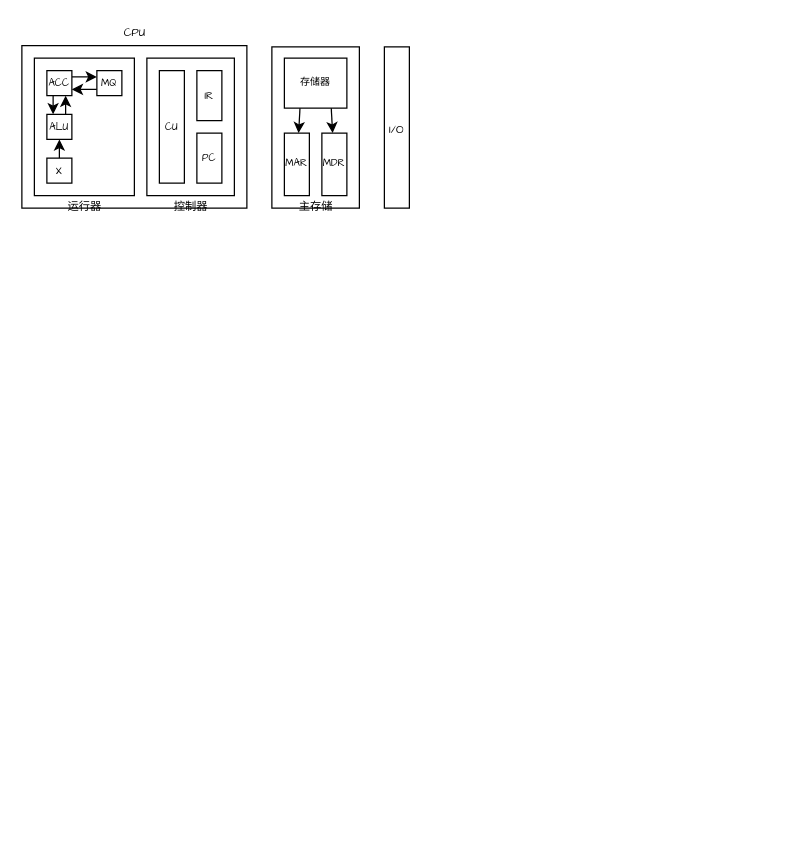
Above: ComNote/计组绘图.drawio in xiaogithubooo/LimouLearnNote (draw.io), before the change. Source tidied: cells renumbered, new cells numbered last; positions are measured from the earlier drawing's top-left corner, leaving out a move shared by most shapes. Both pictures are drawn from the tidied source at 125%, with x=0, y=0 at pixel (21, 21).
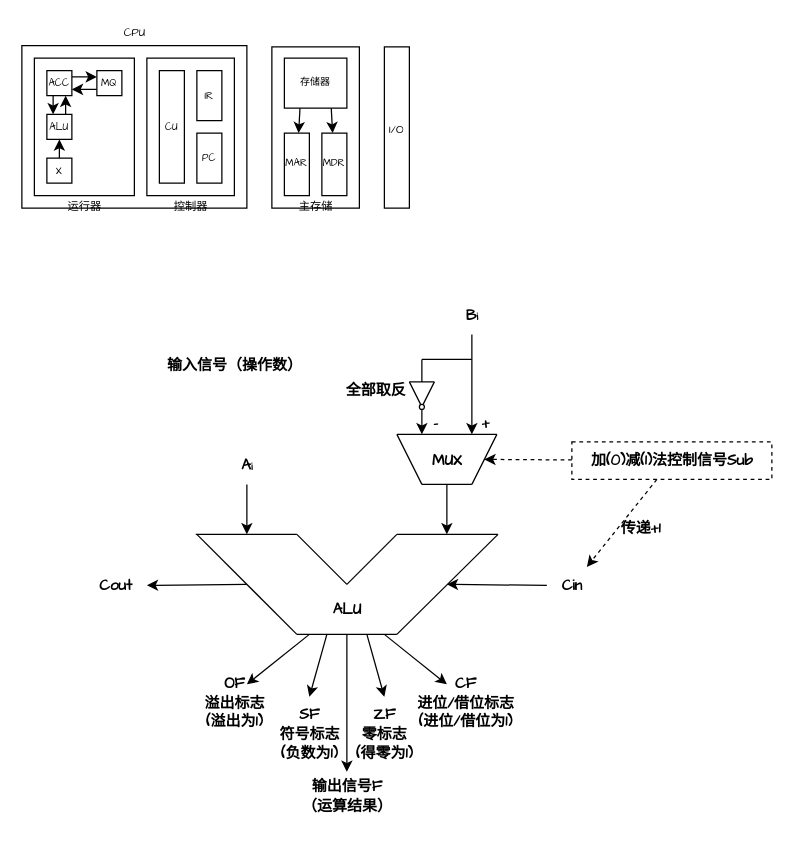
After the change.

The edit, as a diff of the source:
```diff
@@
+    <mxCell id="28" style="endArrow=none;html=1;" parent="1" edge="1">
+      <mxGeometry relative="1" as="geometry">
+        <mxPoint x="139.1" y="410" as="sourcePoint" />
+        <mxPoint x="220" y="410" as="targetPoint" />
+      </mxGeometry>
+    </mxCell>
+    <mxCell id="29" style="endArrow=none;html=1;" parent="1" edge="1">
+      <mxGeometry relative="1" as="geometry">
+        <mxPoint x="300" y="410" as="sourcePoint" />
+        <mxPoint x="380.9" y="410" as="targetPoint" />
+      </mxGeometry>
+    </mxCell>
+    <mxCell id="30" style="endArrow=none;html=1;" parent="1" edge="1">
+      <mxGeometry relative="1" as="geometry">
+        <mxPoint x="260" y="450" as="sourcePoint" />
+        <mxPoint x="220" y="410" as="targetPoint" />
+      </mxGeometry>
+    </mxCell>
+    <mxCell id="31" style="endArrow=none;html=1;" parent="1" edge="1">
+      <mxGeometry relative="1" as="geometry">
+        <mxPoint x="260" y="450" as="sourcePoint" />
+        <mxPoint x="300" y="410" as="targetPoint" />
+      </mxGeometry>
+    </mxCell>
+    <mxCell id="32" style="endArrow=none;html=1;" parent="1" edge="1">
+      <mxGeometry relative="1" as="geometry">
+        <mxPoint x="300" y="490" as="sourcePoint" />
+        <mxPoint x="380.9" y="410" as="targetPoint" />
+      </mxGeometry>
+    </mxCell>
+    <mxCell id="33" style="endArrow=none;html=1;" parent="1" edge="1">
+      <mxGeometry relative="1" as="geometry">
+        <mxPoint x="300" y="490" as="sourcePoint" />
+        <mxPoint x="220" y="490" as="targetPoint" />
+      </mxGeometry>
+    </mxCell>
+    <mxCell id="34" style="endArrow=none;html=1;" parent="1" edge="1">
+      <mxGeometry relative="1" as="geometry">
+        <mxPoint x="140" y="410" as="sourcePoint" />
+        <mxPoint x="220" y="490" as="targetPoint" />
+      </mxGeometry>
+    </mxCell>
+    <mxCell id="35" value="&lt;b&gt;&lt;font face=&quot;Comic Sans MS&quot;&gt;ALU&lt;/font&gt;&lt;/b&gt;" style="text;html=1;align=center;verticalAlign=middle;strokeColor=none;fillColor=none;" parent="1" vertex="1">
+      <mxGeometry x="235" y="455" width="50" height="30" as="geometry" />
+    </mxCell>
+    <mxCell id="36" style="endArrow=classic;html=1;fontFamily=Comic Sans MS;fontSize=12;strokeWidth=1;" parent="1" edge="1">
+      <mxGeometry relative="1" as="geometry">
+        <mxPoint x="340" y="370" as="sourcePoint" />
+        <mxPoint x="340" y="410" as="targetPoint" />
+      </mxGeometry>
+    </mxCell>
+    <mxCell id="37" style="endArrow=classic;html=1;fontFamily=Comic Sans MS;fontSize=12;strokeWidth=1;" parent="1" edge="1">
+      <mxGeometry relative="1" as="geometry">
+        <mxPoint x="180" y="370" as="sourcePoint" />
+        <mxPoint x="180" y="410" as="targetPoint" />
+      </mxGeometry>
+    </mxCell>
+    <mxCell id="38" value="&lt;font face=&quot;Comic Sans MS&quot;&gt;&lt;b&gt;B&lt;font style=&quot;font-size: 8px;&quot;&gt;i&lt;/font&gt;&lt;/b&gt;&lt;/font&gt;" style="text;html=1;align=center;verticalAlign=middle;strokeColor=none;fillColor=none;" parent="1" vertex="1">
+      <mxGeometry x="345" y="220" width="30" height="30" as="geometry" />
+    </mxCell>
+    <mxCell id="39" value="&lt;font face=&quot;Comic Sans MS&quot;&gt;&lt;b&gt;&lt;font style=&quot;&quot;&gt;A&lt;/font&gt;&lt;font style=&quot;font-size: 8px;&quot;&gt;i&lt;/font&gt;&lt;/b&gt;&lt;/font&gt;" style="text;html=1;align=center;verticalAlign=middle;strokeColor=none;fillColor=none;" parent="1" vertex="1">
+      <mxGeometry x="165" y="340" width="30" height="30" as="geometry" />
+    </mxCell>
+    <mxCell id="40" value="&lt;font face=&quot;Comic Sans MS&quot;&gt;&lt;b&gt;输入信号（操作数）&lt;/b&gt;&lt;/font&gt;" style="text;html=1;align=center;verticalAlign=middle;strokeColor=none;fillColor=none;" parent="1" vertex="1">
+      <mxGeometry x="105" y="260" width="130" height="30" as="geometry" />
+    </mxCell>
+    <mxCell id="41" value="&lt;font face=&quot;Comic Sans MS&quot;&gt;&lt;b&gt;输出信号F&lt;br&gt;（运算结果）&lt;/b&gt;&lt;/font&gt;" style="text;html=1;align=center;verticalAlign=middle;points=[];strokeColor=none;fillColor=none;" parent="1" vertex="1">
+      <mxGeometry x="210" y="600" width="100" height="40" as="geometry" />
+    </mxCell>
+    <mxCell id="42" style="endArrow=classic;html=1;fontFamily=Comic Sans MS;fontSize=12;strokeWidth=1;" parent="1" edge="1" target="41">
+      <mxGeometry relative="1" as="geometry">
+        <mxPoint x="260" y="490" as="sourcePoint" />
+      </mxGeometry>
+    </mxCell>
+    <mxCell id="43" style="endArrow=classic;html=1;fontFamily=Comic Sans MS;fontSize=12;strokeWidth=1;dashed=1;" parent="1" edge="1" source="46">
+      <mxGeometry relative="1" as="geometry">
+        <mxPoint x="370" y="350" as="targetPoint" />
+      </mxGeometry>
+    </mxCell>
+    <mxCell id="44" style="endArrow=classic;html=1;fontFamily=Comic Sans MS;fontSize=12;strokeWidth=1;" parent="1" edge="1" source="69">
+      <mxGeometry relative="1" as="geometry">
+        <mxPoint x="340" y="450" as="targetPoint" />
+      </mxGeometry>
+    </mxCell>
+    <mxCell id="45" style="edgeStyle=none;html=1;dashed=1;strokeWidth=1;fontFamily=Comic Sans MS;fontSize=8;" parent="1" edge="1" source="46" target="69">
+      <mxGeometry relative="1" as="geometry" />
+    </mxCell>
+    <mxCell id="46" value="&lt;font face=&quot;Comic Sans MS&quot;&gt;&lt;b&gt;加(0)减(1)法控制信号Sub&lt;/b&gt;&lt;/font&gt;" style="text;html=1;align=center;verticalAlign=middle;points=[];strokeColor=default;fillColor=none;dashed=1;" parent="1" vertex="1">
+      <mxGeometry x="440" y="336" width="160" height="30" as="geometry" />
+    </mxCell>
+    <mxCell id="47" style="endArrow=classic;html=1;fontFamily=Comic Sans MS;fontSize=12;strokeWidth=1;" parent="1" edge="1">
+      <mxGeometry relative="1" as="geometry">
+        <mxPoint x="290" y="490" as="sourcePoint" />
+        <mxPoint x="340" y="530" as="targetPoint" />
+      </mxGeometry>
+    </mxCell>
+    <mxCell id="48" style="endArrow=classic;html=1;fontFamily=Comic Sans MS;fontSize=12;strokeWidth=1;" parent="1" edge="1">
+      <mxGeometry relative="1" as="geometry">
+        <mxPoint x="230" y="490" as="sourcePoint" />
+        <mxPoint x="180" y="530" as="targetPoint" />
+      </mxGeometry>
+    </mxCell>
+    <mxCell id="49" style="endArrow=classic;html=1;fontFamily=Comic Sans MS;fontSize=12;strokeWidth=1;" parent="1" edge="1">
+      <mxGeometry relative="1" as="geometry">
+        <mxPoint x="244" y="490" as="sourcePoint" />
+        <mxPoint x="230" y="540" as="targetPoint" />
+      </mxGeometry>
+    </mxCell>
+    <mxCell id="50" style="endArrow=classic;html=1;fontFamily=Comic Sans MS;fontSize=12;strokeWidth=1;" parent="1" edge="1">
+      <mxGeometry relative="1" as="geometry">
+        <mxPoint x="276" y="490" as="sourcePoint" />
+        <mxPoint x="290" y="540" as="targetPoint" />
+      </mxGeometry>
+    </mxCell>
+    <mxCell id="51" value="&lt;font face=&quot;Comic Sans MS&quot;&gt;&lt;b&gt;OF&lt;br&gt;溢出标志&lt;br&gt;(溢出为1)&lt;br&gt;&lt;/b&gt;&lt;/font&gt;" style="text;html=1;align=center;verticalAlign=middle;strokeColor=none;fillColor=none;" parent="1" vertex="1">
+      <mxGeometry x="130" y="515" width="80" height="60" as="geometry" />
+    </mxCell>
+    <mxCell id="52" value="&lt;font face=&quot;Comic Sans MS&quot;&gt;&lt;b&gt;CF&lt;br&gt;进位/借位标志&lt;br&gt;(进位/借位为1)&lt;br&gt;&lt;/b&gt;&lt;/font&gt;" style="text;html=1;align=center;verticalAlign=middle;strokeColor=none;fillColor=none;" parent="1" vertex="1">
+      <mxGeometry x="300" y="515" width="110" height="60" as="geometry" />
+    </mxCell>
+    <mxCell id="53" value="&lt;font face=&quot;Comic Sans MS&quot;&gt;&lt;b&gt;SF&lt;br&gt;符号标志&lt;br&gt;(负数为1)&lt;br&gt;&lt;/b&gt;&lt;/font&gt;" style="text;html=1;align=center;verticalAlign=middle;strokeColor=none;fillColor=none;" parent="1" vertex="1">
+      <mxGeometry x="190" y="540" width="80" height="60" as="geometry" />
+    </mxCell>
+    <mxCell id="54" value="&lt;font face=&quot;Comic Sans MS&quot;&gt;&lt;b&gt;ZF&lt;br&gt;零标志&lt;br&gt;(得零为1)&lt;br&gt;&lt;/b&gt;&lt;/font&gt;" style="text;html=1;align=center;verticalAlign=middle;strokeColor=none;fillColor=none;" parent="1" vertex="1">
+      <mxGeometry x="250" y="540" width="80" height="60" as="geometry" />
+    </mxCell>
+    <mxCell id="55" style="endArrow=none;html=1;" parent="1" edge="1">
+      <mxGeometry relative="1" as="geometry">
+        <mxPoint x="320" y="370" as="sourcePoint" />
+        <mxPoint x="360" y="370" as="targetPoint" />
+      </mxGeometry>
+    </mxCell>
+    <mxCell id="56" style="endArrow=none;html=1;" parent="1" edge="1">
+      <mxGeometry relative="1" as="geometry">
+        <mxPoint x="380" y="330" as="sourcePoint" />
+        <mxPoint x="360" y="370" as="targetPoint" />
+      </mxGeometry>
+    </mxCell>
+    <mxCell id="57" style="endArrow=none;html=1;" parent="1" edge="1">
+      <mxGeometry relative="1" as="geometry">
+        <mxPoint x="300" y="330" as="sourcePoint" />
+        <mxPoint x="320" y="370" as="targetPoint" />
+      </mxGeometry>
+    </mxCell>
+    <mxCell id="58" style="endArrow=none;html=1;" parent="1" edge="1">
+      <mxGeometry relative="1" as="geometry">
+        <mxPoint x="300" y="330" as="sourcePoint" />
+        <mxPoint x="380" y="330" as="targetPoint" />
+      </mxGeometry>
+    </mxCell>
+    <mxCell id="59" value="&lt;font face=&quot;Comic Sans MS&quot;&gt;&lt;b&gt;MUX&lt;/b&gt;&lt;/font&gt;" style="text;html=1;align=center;verticalAlign=middle;strokeColor=none;fillColor=none;" parent="1" vertex="1">
+      <mxGeometry x="315" y="336" width="50" height="30" as="geometry" />
+    </mxCell>
+    <mxCell id="60" style="endArrow=classic;html=1;fontFamily=Comic Sans MS;fontSize=12;strokeWidth=1;" parent="1" edge="1">
+      <mxGeometry relative="1" as="geometry">
+        <mxPoint x="360" y="250" as="sourcePoint" />
+        <mxPoint x="360" y="330" as="targetPoint" />
+      </mxGeometry>
+    </mxCell>
+    <mxCell id="61" style="endArrow=classic;html=1;fontFamily=Comic Sans MS;fontSize=12;strokeWidth=1;" parent="1" edge="1">
+      <mxGeometry relative="1" as="geometry">
+        <mxPoint x="320" y="310" as="sourcePoint" />
+        <mxPoint x="320" y="330" as="targetPoint" />
+      </mxGeometry>
+    </mxCell>
+    <mxCell id="62" style="endArrow=none;html=1;" parent="1" edge="1">
+      <mxGeometry relative="1" as="geometry">
+        <mxPoint x="320" y="270" as="sourcePoint" />
+        <mxPoint x="360" y="270" as="targetPoint" />
+      </mxGeometry>
+    </mxCell>
+    <mxCell id="63" style="endArrow=none;html=1;" parent="1" edge="1">
+      <mxGeometry relative="1" as="geometry">
+        <mxPoint x="330" y="288" as="sourcePoint" />
+        <mxPoint x="320" y="308" as="targetPoint" />
+      </mxGeometry>
+    </mxCell>
+    <mxCell id="64" style="endArrow=none;html=1;" parent="1" edge="1">
+      <mxGeometry relative="1" as="geometry">
+        <mxPoint x="310" y="288" as="sourcePoint" />
+        <mxPoint x="320" y="308" as="targetPoint" />
+      </mxGeometry>
+    </mxCell>
+    <mxCell id="65" style="endArrow=none;html=1;" parent="1" edge="1">
+      <mxGeometry relative="1" as="geometry">
+        <mxPoint x="310" y="288" as="sourcePoint" />
+        <mxPoint x="330" y="288" as="targetPoint" />
+      </mxGeometry>
+    </mxCell>
+    <mxCell id="66" style="ellipse;whiteSpace=wrap;html=1;fontFamily=Comic Sans MS;fontSize=8;" parent="1" vertex="1">
+      <mxGeometry x="318" y="306" width="4" height="4" as="geometry" />
+    </mxCell>
+    <mxCell id="67" style="endArrow=none;html=1;" parent="1" edge="1">
+      <mxGeometry relative="1" as="geometry">
+        <mxPoint x="320" y="270" as="sourcePoint" />
+        <mxPoint x="320" y="288" as="targetPoint" />
+      </mxGeometry>
+    </mxCell>
+    <mxCell id="68" style="endArrow=classic;html=1;fontFamily=Comic Sans MS;fontSize=12;strokeWidth=1;" parent="1" edge="1" target="70">
+      <mxGeometry relative="1" as="geometry">
+        <mxPoint x="180" y="450" as="sourcePoint" />
+      </mxGeometry>
+    </mxCell>
+    <mxCell id="69" value="&lt;font face=&quot;Comic Sans MS&quot;&gt;&lt;b&gt;Cin&lt;/b&gt;&lt;/font&gt;" style="text;html=1;align=center;verticalAlign=middle;points=[];strokeColor=none;fillColor=none;" parent="1" vertex="1">
+      <mxGeometry x="420" y="436" width="40" height="30" as="geometry" />
+    </mxCell>
+    <mxCell id="70" value="&lt;font face=&quot;Comic Sans MS&quot;&gt;&lt;b&gt;Cout&lt;/b&gt;&lt;/font&gt;" style="text;html=1;align=center;verticalAlign=middle;points=[];strokeColor=none;fillColor=none;" parent="1" vertex="1">
+      <mxGeometry x="50" y="436" width="50" height="30" as="geometry" />
+    </mxCell>
+    <mxCell id="71" value="&lt;font face=&quot;Comic Sans MS&quot;&gt;&lt;b&gt;全部取反&lt;/b&gt;&lt;/font&gt;" style="text;html=1;align=center;verticalAlign=middle;strokeColor=none;fillColor=none;" parent="1" vertex="1">
+      <mxGeometry x="248" y="280" width="70" height="30" as="geometry" />
+    </mxCell>
+    <mxCell id="72" value="&lt;font face=&quot;Comic Sans MS&quot;&gt;&lt;b&gt;传递+1&lt;/b&gt;&lt;/font&gt;" style="text;html=1;align=center;verticalAlign=middle;strokeColor=none;fillColor=none;" parent="1" vertex="1">
+      <mxGeometry x="465" y="390" width="60" height="30" as="geometry" />
+    </mxCell>
+    <mxCell id="73" value="&lt;font face=&quot;Comic Sans MS&quot;&gt;&lt;b&gt;+&lt;/b&gt;&lt;/font&gt;" style="text;html=1;align=center;verticalAlign=middle;strokeColor=none;fillColor=none;" parent="1" vertex="1">
+      <mxGeometry x="356" y="306" width="30" height="30" as="geometry" />
+    </mxCell>
+    <mxCell id="74" value="&lt;font face=&quot;Comic Sans MS&quot;&gt;&lt;b&gt;-&lt;/b&gt;&lt;/font&gt;" style="text;html=1;align=center;verticalAlign=middle;strokeColor=none;fillColor=none;" parent="1" vertex="1">
+      <mxGeometry x="316" y="306" width="30" height="30" as="geometry" />
+    </mxCell>
```
